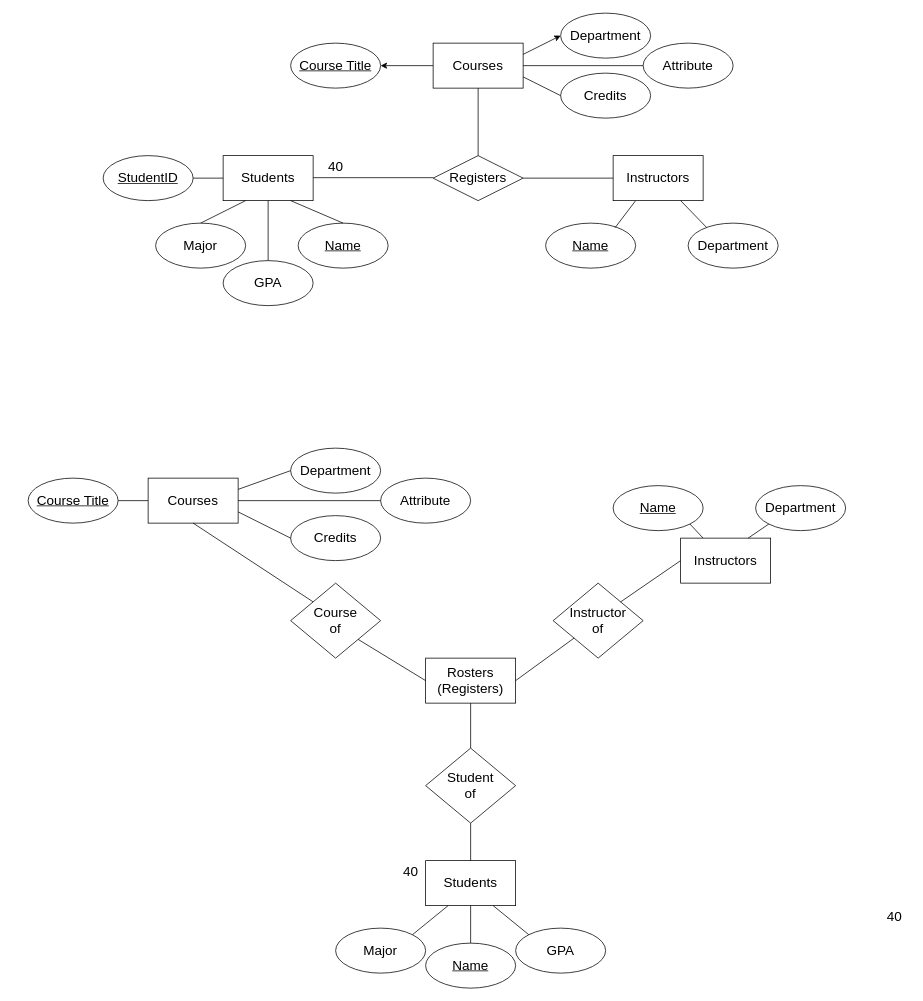
Above: courses.drawio in lucylee-412/CISC-3810 (draw.io), before the change. Source tidied: cells renumbered, new cells numbered last; positions are measured from the earlier drawing's top-left corner, leaving out a move shared by most shapes. Both pictures are drawn from the tidied source at 75%, with x=0, y=0 at pixel (28, 13).
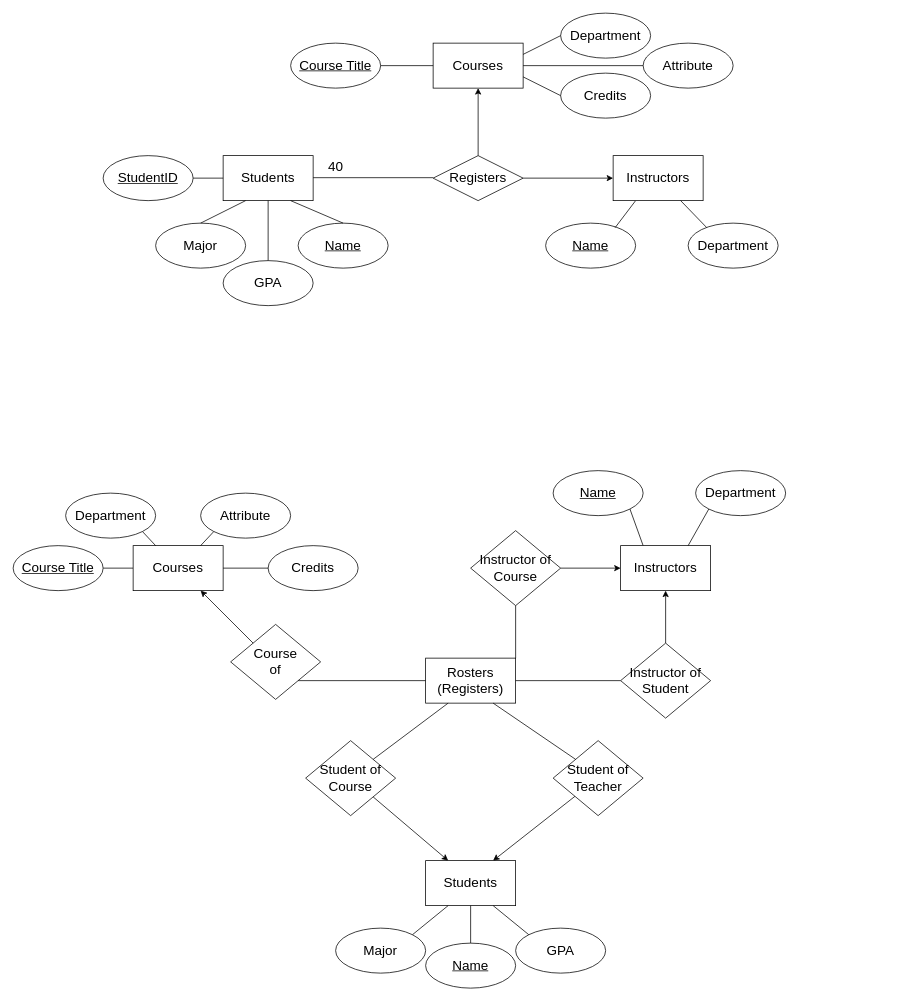
Above is the later version.

The change refers to these unchanged cells:
```xml
<mxCell id="4" value="&lt;font style=&quot;font-size: 18px&quot;&gt;Courses&lt;/font&gt;" style="rounded=0;whiteSpace=wrap;html=1;" parent="1" vertex="1">
  <mxGeometry x="540" y="40" width="120" height="60" as="geometry" />
</mxCell>
<mxCell id="5" value="Registers" style="rhombus;whiteSpace=wrap;html=1;fontSize=18;" parent="1" vertex="1">
  <mxGeometry x="540" y="190" width="120" height="60" as="geometry" />
</mxCell>
<mxCell id="7" value="&lt;font style=&quot;font-size: 18px&quot;&gt;Department&lt;/font&gt;" style="ellipse;whiteSpace=wrap;html=1;" parent="1" vertex="1">
  <mxGeometry x="710" width="120" height="60" as="geometry" />
</mxCell>
<mxCell id="11" value="&lt;u style=&quot;font-size: 18px&quot;&gt;Course Title&lt;/u&gt;" style="ellipse;whiteSpace=wrap;html=1;" parent="1" vertex="1">
  <mxGeometry x="350" y="40" width="120" height="60" as="geometry" />
</mxCell>
<mxCell id="20" value="&lt;font style=&quot;font-size: 18px&quot;&gt;Students&lt;/font&gt;" style="rounded=0;whiteSpace=wrap;html=1;" parent="1" vertex="1">
  <mxGeometry x="530" y="1130" width="120" height="60" as="geometry" />
</mxCell>
<mxCell id="22" value="&lt;span style=&quot;font-size: 18px;&quot;&gt;Rosters&lt;br&gt;(Registers)&lt;br&gt;&lt;/span&gt;" style="rounded=0;whiteSpace=wrap;html=1;" parent="1" vertex="1">
  <mxGeometry x="530" y="860" width="120" height="60" as="geometry" />
</mxCell>
<mxCell id="47" value="&lt;font style=&quot;font-size: 18px&quot;&gt;Instructors&lt;/font&gt;" style="rounded=0;whiteSpace=wrap;html=1;" parent="1" vertex="1">
  <mxGeometry x="780" y="190" width="120" height="60" as="geometry" />
</mxCell>
```

Change to the diagram source:
```diff
@@
-    <mxCell id="3" style="edgeStyle=orthogonalEdgeStyle;rounded=0;jettySize=auto;html=1;fontSize=18;" parent="1" edge="1" source="4" target="11">
-      <mxGeometry relative="1" as="geometry" />
-    </mxCell>
@@
-    <mxCell id="6" style="endArrow=none;html=1;rounded=0;exitX=0.5;exitY=0;exitDx=0;exitDy=0;" parent="1" edge="1" source="5">
-      <mxGeometry relative="1" as="geometry">
-        <mxPoint x="600" y="100" as="targetPoint" />
-      </mxGeometry>
-    </mxCell>
@@
-    <mxCell id="9" style="endArrow=classic;html=1;rounded=0;fontSize=18;entryX=0;entryY=0.5;entryDx=0;entryDy=0;exitX=1;exitY=0.25;exitDx=0;exitDy=0;" parent="1" edge="1" source="4" target="7">
-      <mxGeometry relative="1" as="geometry" />
-    </mxCell>
@@
-    <mxCell id="21" style="endArrow=none;html=1;rounded=0;fontSize=18;entryX=0.5;entryY=0;entryDx=0;entryDy=0;exitX=0.5;exitY=1;exitDx=0;exitDy=0;startArrow=none;" parent="1" edge="1" source="59" target="20">
-      <mxGeometry relative="1" as="geometry" />
-    </mxCell>
@@
     <mxCell id="23" value="&lt;font style=&quot;font-size: 18px&quot;&gt;Courses&lt;/font&gt;" style="rounded=0;whiteSpace=wrap;html=1;" parent="1" vertex="1">
-      <mxGeometry x="160" y="620" width="120" height="60" as="geometry" />
+      <mxGeometry x="140" y="710" width="120" height="60" as="geometry" />
     </mxCell>
-    <mxCell id="24" value="Instructor&lt;br&gt;of" style="rhombus;whiteSpace=wrap;html=1;fontSize=18;" parent="1" vertex="1">
-      <mxGeometry x="700" y="760" width="120" height="100" as="geometry" />
+    <mxCell id="24" value="Instructor of Course" style="rhombus;whiteSpace=wrap;html=1;fontSize=18;" parent="1" vertex="1">
+      <mxGeometry x="590" y="690" width="120" height="100" as="geometry" />
     </mxCell>
-    <mxCell id="25" style="endArrow=none;html=1;rounded=0;entryX=0;entryY=0.5;entryDx=0;entryDy=0;exitX=1;exitY=0;exitDx=0;exitDy=0;" parent="1" edge="1" source="24" target="53">
-      <mxGeometry relative="1" as="geometry" />
-    </mxCell>
-    <mxCell id="26" style="endArrow=none;html=1;rounded=0;exitX=1;exitY=0.5;exitDx=0;exitDy=0;" parent="1" edge="1" source="22" target="24">
+    <mxCell id="26" style="endArrow=none;html=1;rounded=0;exitX=1;exitY=0;exitDx=0;exitDy=0;" parent="1" edge="1" source="22" target="24">
       <mxGeometry relative="1" as="geometry" />
     </mxCell>
-    <mxCell id="27" style="endArrow=none;html=1;rounded=0;entryX=0.5;entryY=1;entryDx=0;entryDy=0;startArrow=none;exitX=0;exitY=0;exitDx=0;exitDy=0;" parent="1" edge="1" source="56" target="23">
-      <mxGeometry relative="1" as="geometry" />
-    </mxCell>
@@
     <mxCell id="30" value="&lt;font style=&quot;font-size: 18px&quot;&gt;Department&lt;/font&gt;" style="ellipse;whiteSpace=wrap;html=1;" parent="1" vertex="1">
-      <mxGeometry x="350" y="580" width="120" height="60" as="geometry" />
+      <mxGeometry x="50" y="640" width="120" height="60" as="geometry" />
     </mxCell>
     <mxCell id="31" value="&lt;font style=&quot;font-size: 18px&quot;&gt;Credits&lt;/font&gt;" style="ellipse;whiteSpace=wrap;html=1;" parent="1" vertex="1">
-      <mxGeometry x="350" y="670" width="120" height="60" as="geometry" />
+      <mxGeometry x="320" y="710" width="120" height="60" as="geometry" />
     </mxCell>
-    <mxCell id="32" style="endArrow=none;html=1;rounded=0;fontSize=18;entryX=0;entryY=0.5;entryDx=0;entryDy=0;exitX=1;exitY=0.75;exitDx=0;exitDy=0;" parent="1" edge="1" source="23" target="31">
+    <mxCell id="32" style="endArrow=none;html=1;rounded=0;fontSize=18;entryX=0;entryY=0.5;entryDx=0;entryDy=0;exitX=1;exitY=0.5;exitDx=0;exitDy=0;" parent="1" edge="1" source="23" target="31">
       <mxGeometry relative="1" as="geometry" />
     </mxCell>
     <mxCell id="33" value="&lt;u style=&quot;font-size: 18px&quot;&gt;Course Title&lt;/u&gt;" style="ellipse;whiteSpace=wrap;html=1;" parent="1" vertex="1">
-      <mxGeometry y="620" width="120" height="60" as="geometry" />
+      <mxGeometry x="-20" y="710" width="120" height="60" as="geometry" />
     </mxCell>
@@
     <mxCell id="39" value="&lt;font style=&quot;font-size: 18px&quot;&gt;Attribute&lt;/font&gt;" style="ellipse;whiteSpace=wrap;html=1;" parent="1" vertex="1">
-      <mxGeometry x="470" y="620" width="120" height="60" as="geometry" />
+      <mxGeometry x="230" y="640" width="120" height="60" as="geometry" />
     </mxCell>
-    <mxCell id="40" style="endArrow=none;html=1;rounded=0;fontSize=18;entryX=0;entryY=0.5;entryDx=0;entryDy=0;exitX=1;exitY=0.5;exitDx=0;exitDy=0;" parent="1" edge="1" source="23" target="39">
+    <mxCell id="40" style="endArrow=none;html=1;rounded=0;fontSize=18;entryX=0;entryY=1;entryDx=0;entryDy=0;exitX=0.75;exitY=0;exitDx=0;exitDy=0;" parent="1" edge="1" source="23" target="39">
       <mxGeometry relative="1" as="geometry" />
     </mxCell>
-    <mxCell id="41" value="40" style="text;html=1;align=center;verticalAlign=middle;strokeColor=none;fillColor=none;fontSize=18;" parent="1" vertex="1">
-      <mxGeometry x="1135" y="1190" width="40" height="30" as="geometry" />
-    </mxCell>
-    <mxCell id="42" value="40" style="text;html=1;align=center;verticalAlign=middle;strokeColor=none;fillColor=none;fontSize=18;" parent="1" vertex="1">
-      <mxGeometry x="490" y="1130" width="40" height="30" as="geometry" />
-    </mxCell>
@@
-    <mxCell id="44" style="endArrow=none;html=1;rounded=0;fontSize=18;entryX=0;entryY=0.5;entryDx=0;entryDy=0;exitX=1;exitY=0.25;exitDx=0;exitDy=0;" parent="1" edge="1" source="23" target="30">
+    <mxCell id="44" style="endArrow=none;html=1;rounded=0;fontSize=18;entryX=1;entryY=1;entryDx=0;entryDy=0;exitX=0.25;exitY=0;exitDx=0;exitDy=0;" parent="1" edge="1" source="23" target="30">
       <mxGeometry relative="1" as="geometry" />
     </mxCell>
@@
-    <mxCell id="48" style="endArrow=none;html=1;rounded=0;fontSize=18;entryX=0;entryY=0.5;entryDx=0;entryDy=0;exitX=1;exitY=0.5;exitDx=0;exitDy=0;" parent="1" edge="1" source="5" target="47">
-      <mxGeometry relative="1" as="geometry" />
-    </mxCell>
@@
     <mxCell id="51" value="&lt;u style=&quot;font-size: 18px&quot;&gt;Name&lt;/u&gt;" style="ellipse;whiteSpace=wrap;html=1;" parent="1" vertex="1">
-      <mxGeometry x="780" y="630" width="120" height="60" as="geometry" />
+      <mxGeometry x="700" y="610" width="120" height="60" as="geometry" />
     </mxCell>
@@
     <mxCell id="53" value="&lt;font style=&quot;font-size: 18px&quot;&gt;Instructors&lt;/font&gt;" style="rounded=0;whiteSpace=wrap;html=1;" parent="1" vertex="1">
-      <mxGeometry x="870" y="700" width="120" height="60" as="geometry" />
+      <mxGeometry x="790" y="710" width="120" height="60" as="geometry" />
     </mxCell>
     <mxCell id="54" value="&lt;font style=&quot;font-size: 18px&quot;&gt;Department&lt;/font&gt;" style="ellipse;whiteSpace=wrap;html=1;" parent="1" vertex="1">
-      <mxGeometry x="970" y="630" width="120" height="60" as="geometry" />
+      <mxGeometry x="890" y="610" width="120" height="60" as="geometry" />
     </mxCell>
@@
     <mxCell id="56" value="Course&lt;br&gt;of" style="rhombus;whiteSpace=wrap;html=1;fontSize=18;" parent="1" vertex="1">
-      <mxGeometry x="350" y="760" width="120" height="100" as="geometry" />
+      <mxGeometry x="270" y="815" width="120" height="100" as="geometry" />
     </mxCell>
@@
-    <mxCell id="59" value="Student&lt;br&gt;of" style="rhombus;whiteSpace=wrap;html=1;fontSize=18;" parent="1" vertex="1">
-      <mxGeometry x="530" y="980" width="120" height="100" as="geometry" />
+    <mxCell id="59" value="Student of&lt;br&gt;Course" style="rhombus;whiteSpace=wrap;html=1;fontSize=18;" parent="1" vertex="1">
+      <mxGeometry x="370" y="970" width="120" height="100" as="geometry" />
     </mxCell>
-    <mxCell id="60" style="endArrow=none;html=1;rounded=0;fontSize=18;entryX=0.5;entryY=0;entryDx=0;entryDy=0;exitX=0.5;exitY=1;exitDx=0;exitDy=0;" parent="1" edge="1" source="22" target="59">
+    <mxCell id="60" style="endArrow=none;html=1;rounded=0;fontSize=18;entryX=1;entryY=0;entryDx=0;entryDy=0;exitX=0.25;exitY=1;exitDx=0;exitDy=0;" parent="1" edge="1" source="22" target="59">
       <mxGeometry relative="1" as="geometry" />
     </mxCell>
@@
+    <mxCell id="63" style="endArrow=classic;html=1;rounded=0;fontSize=18;entryX=0.5;entryY=1;entryDx=0;entryDy=0;exitX=0.5;exitY=0;exitDx=0;exitDy=0;" parent="1" edge="1" source="5" target="4">
+      <mxGeometry relative="1" as="geometry" />
+    </mxCell>
+    <mxCell id="64" style="endArrow=classic;html=1;rounded=0;fontSize=18;exitX=1;exitY=0.5;exitDx=0;exitDy=0;" parent="1" edge="1" source="5">
+      <mxGeometry relative="1" as="geometry">
+        <mxPoint x="780" y="220" as="targetPoint" />
+      </mxGeometry>
+    </mxCell>
+    <mxCell id="65" style="endArrow=none;html=1;rounded=0;fontSize=18;exitX=1;exitY=0.25;exitDx=0;exitDy=0;" parent="1" edge="1" source="4">
+      <mxGeometry relative="1" as="geometry">
+        <mxPoint x="710" y="30" as="targetPoint" />
+      </mxGeometry>
+    </mxCell>
+    <mxCell id="66" style="endArrow=none;html=1;rounded=0;fontSize=18;entryX=0;entryY=0.5;entryDx=0;entryDy=0;exitX=1;exitY=0.5;exitDx=0;exitDy=0;" parent="1" edge="1" source="11" target="4">
+      <mxGeometry relative="1" as="geometry" />
+    </mxCell>
+    <mxCell id="25" style="endArrow=classic;html=1;rounded=0;fontSize=18;exitX=1;exitY=0.5;exitDx=0;exitDy=0;entryX=0;entryY=0.5;entryDx=0;entryDy=0;" parent="1" edge="1" source="24" target="53">
+      <mxGeometry relative="1" as="geometry" />
+    </mxCell>
+    <mxCell id="67" style="endArrow=classic;html=1;rounded=0;fontSize=18;" parent="1" edge="1" target="23">
+      <mxGeometry relative="1" as="geometry">
+        <mxPoint x="300" y="840" as="sourcePoint" />
+      </mxGeometry>
+    </mxCell>
+    <mxCell id="68" value="Student of&lt;br&gt;Teacher" style="rhombus;whiteSpace=wrap;html=1;fontSize=18;" parent="1" vertex="1">
+      <mxGeometry x="700" y="970" width="120" height="100" as="geometry" />
+    </mxCell>
+    <mxCell id="21" style="endArrow=classic;html=1;rounded=0;fontSize=18;exitX=1;exitY=1;exitDx=0;exitDy=0;entryX=0.25;entryY=0;entryDx=0;entryDy=0;" parent="1" edge="1" source="59" target="20">
+      <mxGeometry relative="1" as="geometry" />
+    </mxCell>
+    <mxCell id="69" style="endArrow=classic;html=1;rounded=0;fontSize=18;entryX=0.75;entryY=0;entryDx=0;entryDy=0;" parent="1" edge="1" source="68" target="20">
+      <mxGeometry relative="1" as="geometry" />
+    </mxCell>
+    <mxCell id="70" style="endArrow=none;html=1;rounded=0;fontSize=18;entryX=0;entryY=0;entryDx=0;entryDy=0;exitX=0.75;exitY=1;exitDx=0;exitDy=0;" parent="1" edge="1" source="22" target="68">
+      <mxGeometry relative="1" as="geometry" />
+    </mxCell>
+    <mxCell id="71" value="Instructor of&lt;br&gt;Student" style="rhombus;whiteSpace=wrap;html=1;fontSize=18;" parent="1" vertex="1">
+      <mxGeometry x="790" y="840" width="120" height="100" as="geometry" />
+    </mxCell>
+    <mxCell id="72" style="endArrow=classic;html=1;rounded=0;fontSize=18;exitX=0.5;exitY=0;exitDx=0;exitDy=0;entryX=0.5;entryY=1;entryDx=0;entryDy=0;" parent="1" edge="1" source="71" target="53">
+      <mxGeometry relative="1" as="geometry" />
+    </mxCell>
+    <mxCell id="73" style="endArrow=none;html=1;rounded=0;exitX=1;exitY=0.5;exitDx=0;exitDy=0;entryX=0;entryY=0.5;entryDx=0;entryDy=0;" parent="1" edge="1" source="22" target="71">
+      <mxGeometry relative="1" as="geometry" />
+    </mxCell>
```
